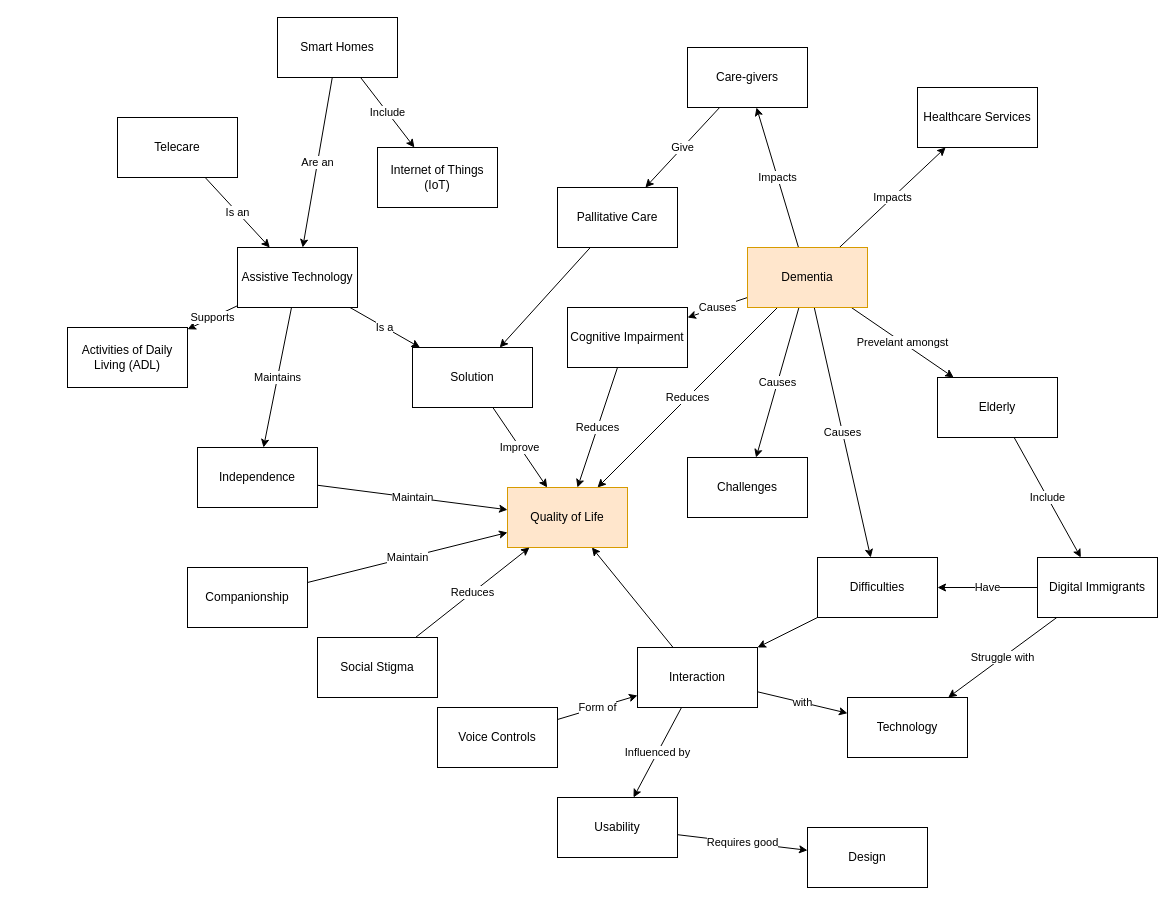
Above: page "Concept Map" (1 of 3) of docs/diagrams/diagrams.drawio in KieronGillingham/DementiaVA (draw.io), before the change. Source tidied: cells renumbered, new cells numbered last; positions are measured from the earlier drawing's top-left corner, leaving out a move shared by most shapes. Both pictures are drawn from the tidied source at 100%, with x=0, y=0 at pixel (67, 17).
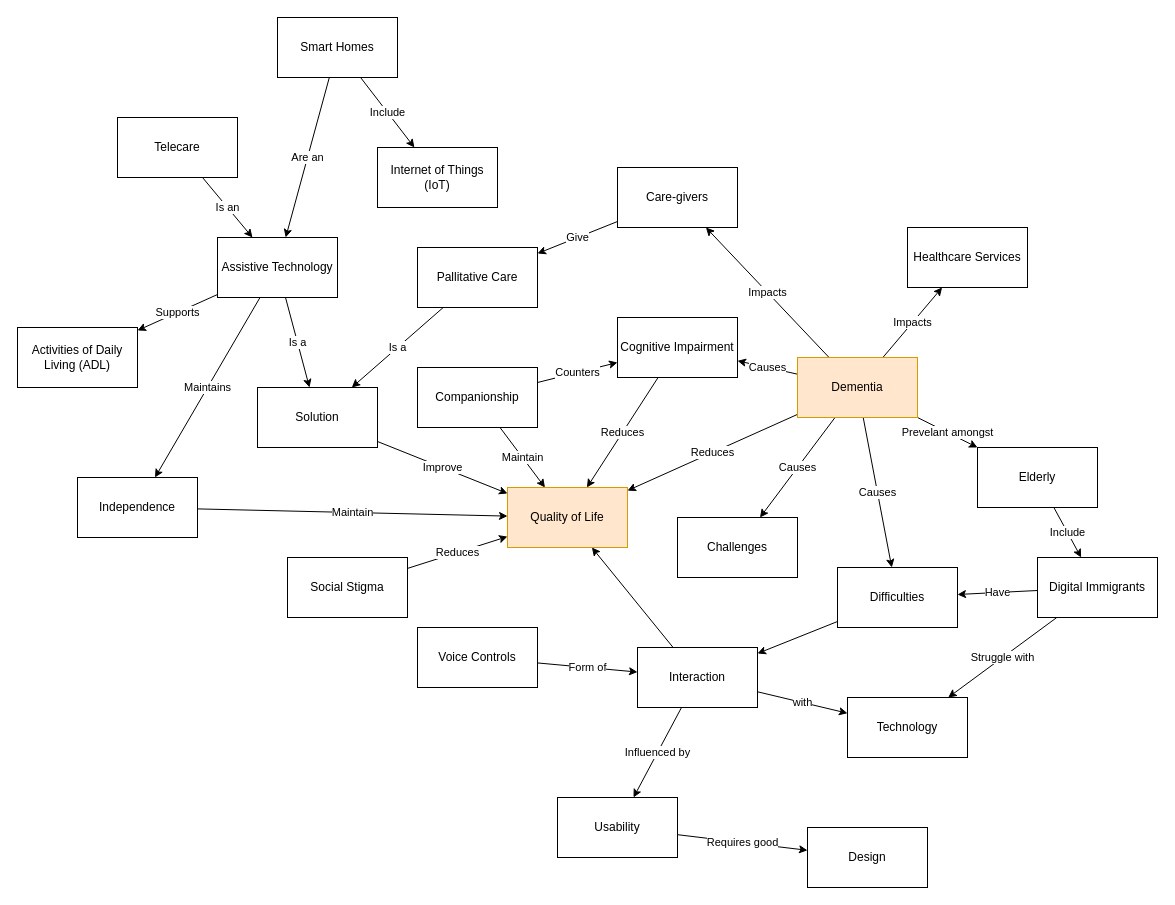
The same diagram, later.

Change to the diagram source:
```diff
@@
     <mxCell id="8" value="Voice Controls" style="rounded=0;whiteSpace=wrap;html=1;" parent="1" vertex="1">
-      <mxGeometry x="370" y="690" width="120" height="60" as="geometry" />
+      <mxGeometry x="350" y="610" width="120" height="60" as="geometry" />
     </mxCell>
@@
     <mxCell id="12" value="Difficulties" style="rounded=0;whiteSpace=wrap;html=1;" parent="1" vertex="1">
-      <mxGeometry x="750" y="540" width="120" height="60" as="geometry" />
+      <mxGeometry x="770" y="550" width="120" height="60" as="geometry" />
     </mxCell>
@@
     <mxCell id="20" value="Dementia" style="rounded=0;whiteSpace=wrap;html=1;fillColor=#ffe6cc;strokeColor=#d79b00;" parent="1" vertex="1">
-      <mxGeometry x="680" y="230" width="120" height="60" as="geometry" />
+      <mxGeometry x="730" y="340" width="120" height="60" as="geometry" />
     </mxCell>
     <mxCell id="21" value="Challenges" style="rounded=0;whiteSpace=wrap;html=1;" parent="1" vertex="1">
-      <mxGeometry x="620" y="440" width="120" height="60" as="geometry" />
+      <mxGeometry x="610" y="500" width="120" height="60" as="geometry" />
     </mxCell>
@@
     <mxCell id="26" value="Elderly" style="rounded=0;whiteSpace=wrap;html=1;" parent="1" vertex="1">
-      <mxGeometry x="870" y="360" width="120" height="60" as="geometry" />
+      <mxGeometry x="910" y="430" width="120" height="60" as="geometry" />
     </mxCell>
@@
     <mxCell id="29" value="Independence" style="rounded=0;whiteSpace=wrap;html=1;" parent="1" vertex="1">
-      <mxGeometry x="130" y="430" width="120" height="60" as="geometry" />
+      <mxGeometry x="10" y="460" width="120" height="60" as="geometry" />
     </mxCell>
@@
+    <mxCell id="56" value="Counters" style="rounded=0;jettySize=auto;html=1;" parent="1" edge="1" source="31" target="51">
+      <mxGeometry relative="1" as="geometry" />
+    </mxCell>
     <mxCell id="31" value="Companionship" style="rounded=0;whiteSpace=wrap;html=1;" parent="1" vertex="1">
-      <mxGeometry x="120" y="550" width="120" height="60" as="geometry" />
+      <mxGeometry x="350" y="350" width="120" height="60" as="geometry" />
     </mxCell>
@@
     <mxCell id="34" value="Solution" style="rounded=0;whiteSpace=wrap;html=1;" parent="1" vertex="1">
-      <mxGeometry x="345" y="330" width="120" height="60" as="geometry" />
+      <mxGeometry x="190" y="370" width="120" height="60" as="geometry" />
     </mxCell>
@@
     <mxCell id="41" value="Assistive Technology" style="rounded=0;whiteSpace=wrap;html=1;" parent="1" vertex="1">
-      <mxGeometry x="170" y="230" width="120" height="60" as="geometry" />
+      <mxGeometry x="150" y="220" width="120" height="60" as="geometry" />
     </mxCell>
     <mxCell id="42" value="Activities of Daily Living (ADL)" style="rounded=0;whiteSpace=wrap;html=1;" parent="1" vertex="1">
-      <mxGeometry y="310" width="120" height="60" as="geometry" />
+      <mxGeometry x="-50" y="310" width="120" height="60" as="geometry" />
     </mxCell>
@@
-    <mxCell id="46" style="edgeStyle=none;rounded=0;jettySize=auto;html=1;strokeColor=#000000;" parent="1" edge="1" source="47" target="34">
+    <mxCell id="46" value="Is a" style="edgeStyle=none;rounded=0;jettySize=auto;html=1;strokeColor=#000000;" parent="1" edge="1" source="47" target="34">
       <mxGeometry relative="1" as="geometry" />
     </mxCell>
     <mxCell id="47" value="Pallitative Care" style="rounded=0;whiteSpace=wrap;html=1;" parent="1" vertex="1">
-      <mxGeometry x="490" y="170" width="120" height="60" as="geometry" />
+      <mxGeometry x="350" y="230" width="120" height="60" as="geometry" />
     </mxCell>
@@
     <mxCell id="49" value="Care-givers" style="rounded=0;whiteSpace=wrap;html=1;" parent="1" vertex="1">
-      <mxGeometry x="620" y="30" width="120" height="60" as="geometry" />
+      <mxGeometry x="550" y="150" width="120" height="60" as="geometry" />
     </mxCell>
@@
     <mxCell id="51" value="Cognitive Impairment" style="rounded=0;whiteSpace=wrap;html=1;" parent="1" vertex="1">
-      <mxGeometry x="500" y="290" width="120" height="60" as="geometry" />
+      <mxGeometry x="550" y="300" width="120" height="60" as="geometry" />
     </mxCell>
     <mxCell id="52" value="Healthcare Services" style="rounded=0;whiteSpace=wrap;html=1;" parent="1" vertex="1">
-      <mxGeometry x="850" y="70" width="120" height="60" as="geometry" />
+      <mxGeometry x="840" y="210" width="120" height="60" as="geometry" />
     </mxCell>
@@
     <mxCell id="54" value="Social Stigma" style="rounded=0;whiteSpace=wrap;html=1;" parent="1" vertex="1">
-      <mxGeometry x="250" y="620" width="120" height="60" as="geometry" />
+      <mxGeometry x="220" y="540" width="120" height="60" as="geometry" />
     </mxCell>
```
